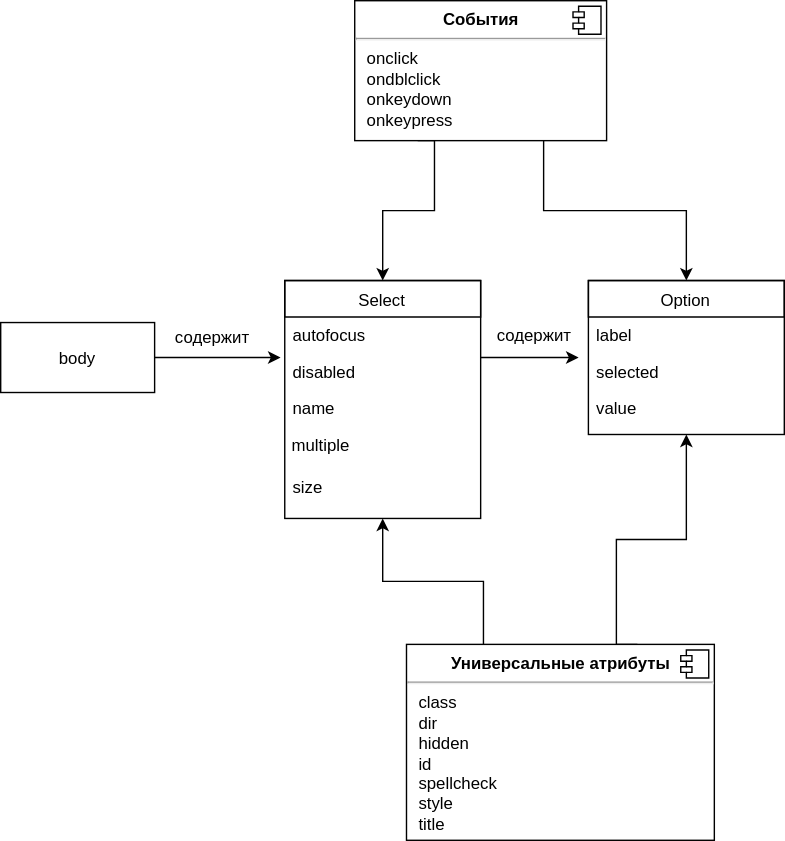
This is sandbox/idb-13-13/Sautin/uml.svg from stankin/oop-2017, a draw.io export, as it was before one commit. Source tidied: cells renumbered, new cells last; positions are measured from the earlier drawing's top-left corner, leaving out a move shared by most shapes. Source of this version:
```xml
<mxGraphModel background="#ffffff">
  <root>
    <mxCell id="0" />
    <mxCell id="1" parent="0" />
    <mxCell id="2" value="body" style="html=1;" parent="1" vertex="1">
      <mxGeometry y="230" width="110" height="50" as="geometry" />
    </mxCell>
    <mxCell id="3" style="endArrow=classic;html=1;" parent="1" edge="1">
      <mxGeometry relative="1" as="geometry">
        <mxPoint x="110" y="255" as="sourcePoint" />
        <mxPoint x="200" y="255" as="targetPoint" />
      </mxGeometry>
    </mxCell>
    <mxCell id="4" value="содержит" style="text;html=1;strokeColor=none;fillColor=none;align=center;verticalAlign=middle;whiteSpace=wrap;" parent="1" vertex="1">
      <mxGeometry x="130" y="230" width="40" height="20" as="geometry" />
    </mxCell>
    <mxCell id="5" value="Option" style="swimlane;html=1;fontStyle=0;horizontal=1;startSize=26;fillColor=none;swimlaneFillColor=#ffffff;" parent="1" vertex="1">
      <mxGeometry x="420" y="200" width="140" height="110" as="geometry" />
    </mxCell>
    <mxCell id="6" value="&lt;div&gt;&lt;dt&gt;&lt;a href=&quot;http://htmlbook.ru/html/option/label&quot;&gt;label&lt;/a&gt;&lt;/dt&gt;&lt;/div&gt;&lt;div&gt;&lt;br&gt;&lt;/div&gt;" style="text;html=1;strokeColor=none;fillColor=none;align=left;verticalAlign=top;spacingLeft=4;spacingRight=4;whiteSpace=wrap;overflow=hidden;" parent="5" vertex="1">
      <mxGeometry y="26" width="140" height="26" as="geometry" />
    </mxCell>
    <mxCell id="7" value="&lt;div&gt;&lt;dt&gt;&lt;a href=&quot;http://htmlbook.ru/html/option/selected&quot;&gt;selected&lt;/a&gt;&lt;/dt&gt;&lt;/div&gt;&lt;div&gt;&lt;br&gt;&lt;/div&gt;" style="text;html=1;strokeColor=none;fillColor=none;align=left;verticalAlign=top;spacingLeft=4;spacingRight=4;whiteSpace=wrap;overflow=hidden;" parent="5" vertex="1">
      <mxGeometry y="52" width="140" height="26" as="geometry" />
    </mxCell>
    <mxCell id="8" value="&lt;div&gt;&lt;dt&gt;&lt;a href=&quot;http://htmlbook.ru/html/option/value&quot;&gt;value&lt;/a&gt;&lt;/dt&gt;&lt;/div&gt;&lt;div&gt;&lt;br&gt;&lt;/div&gt;" style="text;html=1;strokeColor=none;fillColor=none;align=left;verticalAlign=top;spacingLeft=4;spacingRight=4;whiteSpace=wrap;overflow=hidden;" parent="5" vertex="1">
      <mxGeometry y="78" width="140" height="26" as="geometry" />
    </mxCell>
    <mxCell id="9" value="содержит" style="text;html=1;strokeColor=none;fillColor=none;align=center;verticalAlign=middle;whiteSpace=wrap;" parent="1" vertex="1">
      <mxGeometry x="360" y="229" width="40" height="20" as="geometry" />
    </mxCell>
    <mxCell id="10" value="Select" style="swimlane;html=1;fontStyle=0;horizontal=1;startSize=26;fillColor=none;swimlaneFillColor=#ffffff;" parent="1" vertex="1">
      <mxGeometry x="203" y="200" width="140" height="170" as="geometry" />
    </mxCell>
    <mxCell id="11" value="&lt;dt&gt;&lt;a href=&quot;http://htmlbook.ru/html/select/autofocus&quot;&gt;autofocus&lt;/a&gt;&lt;/dt&gt;&lt;div&gt;&lt;br&gt;&lt;/div&gt;" style="text;html=1;strokeColor=none;fillColor=none;align=left;verticalAlign=top;spacingLeft=4;spacingRight=4;whiteSpace=wrap;overflow=hidden;" parent="10" vertex="1">
      <mxGeometry y="26" width="140" height="26" as="geometry" />
    </mxCell>
    <mxCell id="12" value="&lt;dt&gt;&lt;a href=&quot;http://htmlbook.ru/html/select/disabled&quot;&gt;disabled&lt;/a&gt;&lt;/dt&gt;&lt;div&gt;&lt;br&gt;&lt;/div&gt;" style="text;html=1;strokeColor=none;fillColor=none;align=left;verticalAlign=top;spacingLeft=4;spacingRight=4;whiteSpace=wrap;overflow=hidden;" parent="10" vertex="1">
      <mxGeometry y="52" width="140" height="26" as="geometry" />
    </mxCell>
    <mxCell id="13" value="&lt;dt&gt;&lt;a href=&quot;http://htmlbook.ru/html/select/name&quot;&gt;name&lt;/a&gt;&lt;/dt&gt;&lt;div&gt;&lt;br&gt;&lt;/div&gt;" style="text;html=1;strokeColor=none;fillColor=none;align=left;verticalAlign=top;spacingLeft=4;spacingRight=4;whiteSpace=wrap;overflow=hidden;" parent="10" vertex="1">
      <mxGeometry y="78" width="140" height="26" as="geometry" />
    </mxCell>
    <mxCell id="14" value="&lt;dt&gt;&amp;nbsp;&lt;a href=&quot;http://htmlbook.ru/html/select/multiple&quot;&gt;multiple&lt;/a&gt;&lt;/dt&gt;&lt;div&gt;&lt;br&gt;&lt;/div&gt;" style="text;html=1;" parent="10" vertex="1">
      <mxGeometry y="104" width="140" height="30" as="geometry" />
    </mxCell>
    <mxCell id="15" value="&lt;div&gt;&lt;dt&gt;&lt;a href=&quot;http://htmlbook.ru/html/select/size&quot;&gt;size&lt;/a&gt;&lt;/dt&gt;&lt;/div&gt;&lt;div&gt;&lt;br&gt;&lt;/div&gt;" style="text;html=1;strokeColor=none;fillColor=none;align=left;verticalAlign=top;spacingLeft=4;spacingRight=4;whiteSpace=wrap;overflow=hidden;" parent="10" vertex="1">
      <mxGeometry y="134" width="140" height="26" as="geometry" />
    </mxCell>
    <mxCell id="16" style="edgeStyle=orthogonalEdgeStyle;rounded=0;html=1;exitX=0.5;exitY=1;entryX=0.5;entryY=1;jettySize=auto;orthogonalLoop=1;" parent="1" edge="1" source="9" target="9">
      <mxGeometry relative="1" as="geometry" />
    </mxCell>
    <mxCell id="17" style="endArrow=classic;html=1;" parent="1" edge="1">
      <mxGeometry relative="1" as="geometry">
        <mxPoint x="343" y="255" as="sourcePoint" />
        <mxPoint x="413" y="255" as="targetPoint" />
      </mxGeometry>
    </mxCell>
    <mxCell id="18" style="edgeStyle=orthogonalEdgeStyle;rounded=0;html=1;exitX=0.25;exitY=0;entryX=0.5;entryY=1;jettySize=auto;" parent="1" edge="1" source="20" target="10">
      <mxGeometry relative="1" as="geometry" />
    </mxCell>
    <mxCell id="19" style="edgeStyle=orthogonalEdgeStyle;rounded=0;html=1;exitX=0.75;exitY=0;entryX=0.5;entryY=1;jettySize=auto;" parent="1" edge="1" source="20" target="5">
      <mxGeometry relative="1" as="geometry">
        <Array as="points">
          <mxPoint x="440" y="460" />
          <mxPoint x="440" y="385" />
          <mxPoint x="490" y="385" />
        </Array>
      </mxGeometry>
    </mxCell>
    <mxCell id="20" value="&lt;p style=&quot;margin: 0px ; margin-top: 6px ; text-align: center&quot;&gt;&lt;b&gt;Универсальные атрибуты&lt;/b&gt;&lt;/p&gt;&lt;hr&gt;&lt;p style=&quot;margin: 0px ; margin-left: 8px&quot;&gt;class&lt;/p&gt;&lt;p style=&quot;margin: 0px ; margin-left: 8px&quot;&gt;dir&lt;/p&gt;&lt;p style=&quot;margin: 0px ; margin-left: 8px&quot;&gt;hidden&lt;/p&gt;&lt;p style=&quot;margin: 0px ; margin-left: 8px&quot;&gt;id&lt;/p&gt;&lt;p style=&quot;margin: 0px ; margin-left: 8px&quot;&gt;spellcheck&lt;/p&gt;&lt;p style=&quot;margin: 0px ; margin-left: 8px&quot;&gt;style&lt;/p&gt;&lt;p style=&quot;margin: 0px ; margin-left: 8px&quot;&gt;title&lt;/p&gt;" style="align=left;overflow=fill;html=1;" parent="1" vertex="1">
      <mxGeometry x="290" y="460" width="220" height="140" as="geometry" />
    </mxCell>
    <mxCell id="21" style="shape=component;jettyWidth=8;jettyHeight=4;" parent="20" vertex="1">
      <mxGeometry x="1" width="20" height="20" relative="1" as="geometry">
        <mxPoint x="-24" y="4" as="offset" />
      </mxGeometry>
    </mxCell>
    <mxCell id="22" style="edgeStyle=orthogonalEdgeStyle;rounded=0;html=1;exitX=0.25;exitY=1;entryX=0.5;entryY=0;jettySize=auto;" parent="1" edge="1" source="24" target="10">
      <mxGeometry relative="1" as="geometry">
        <Array as="points">
          <mxPoint x="310" y="100" />
          <mxPoint x="310" y="150" />
          <mxPoint x="273" y="150" />
        </Array>
      </mxGeometry>
    </mxCell>
    <mxCell id="23" style="edgeStyle=orthogonalEdgeStyle;rounded=0;html=1;exitX=0.75;exitY=1;entryX=0.5;entryY=0;jettySize=auto;" parent="1" edge="1" source="24" target="5">
      <mxGeometry relative="1" as="geometry" />
    </mxCell>
    <mxCell id="24" value="&lt;p style=&quot;margin: 0px ; margin-top: 6px ; text-align: center&quot;&gt;&lt;b&gt;События&lt;/b&gt;&lt;/p&gt;&lt;hr&gt;&lt;p style=&quot;margin: 0px ; margin-left: 8px&quot;&gt;onclick&lt;/p&gt;&lt;p style=&quot;margin: 0px ; margin-left: 8px&quot;&gt;ondblclick&lt;/p&gt;&lt;p style=&quot;margin: 0px ; margin-left: 8px&quot;&gt;onkeydown&lt;/p&gt;&lt;p style=&quot;margin: 0px ; margin-left: 8px&quot;&gt;onkeypress&lt;/p&gt;&lt;p style=&quot;margin: 0px ; margin-left: 8px&quot;&gt;&lt;br&gt;&lt;/p&gt;" style="align=left;overflow=fill;html=1;" parent="1" vertex="1">
      <mxGeometry x="253" width="180" height="100" as="geometry" />
    </mxCell>
    <mxCell id="25" style="shape=component;jettyWidth=8;jettyHeight=4;" parent="24" vertex="1">
      <mxGeometry x="1" width="20" height="20" relative="1" as="geometry">
        <mxPoint x="-24" y="4" as="offset" />
      </mxGeometry>
    </mxCell>
  </root>
</mxGraphModel>
```
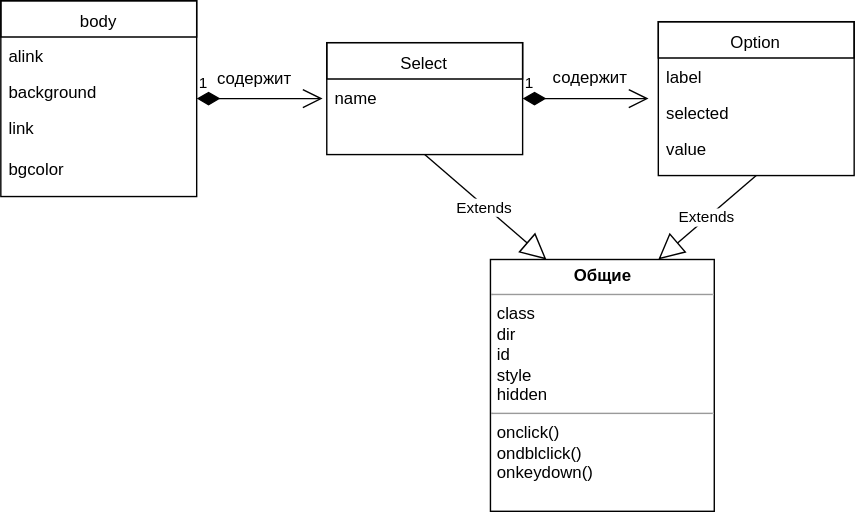
Above is the later version.

Diff of the diagram source:
```diff
@@ -2,20 +2,11 @@
   <root>
     <mxCell id="0" />
     <mxCell id="1" parent="0" />
-    <mxCell id="2" value="body" style="html=1;" parent="1" vertex="1">
-      <mxGeometry y="230" width="110" height="50" as="geometry" />
-    </mxCell>
-    <mxCell id="3" style="endArrow=classic;html=1;" parent="1" edge="1">
-      <mxGeometry relative="1" as="geometry">
-        <mxPoint x="110" y="255" as="sourcePoint" />
-        <mxPoint x="200" y="255" as="targetPoint" />
-      </mxGeometry>
-    </mxCell>
     <mxCell id="4" value="содержит" style="text;html=1;strokeColor=none;fillColor=none;align=center;verticalAlign=middle;whiteSpace=wrap;" parent="1" vertex="1">
       <mxGeometry x="130" y="230" width="40" height="20" as="geometry" />
     </mxCell>
     <mxCell id="5" value="Option" style="swimlane;html=1;fontStyle=0;horizontal=1;startSize=26;fillColor=none;swimlaneFillColor=#ffffff;" parent="1" vertex="1">
-      <mxGeometry x="420" y="200" width="140" height="110" as="geometry" />
+      <mxGeometry x="440" y="200" width="140" height="110" as="geometry" />
     </mxCell>
     <mxCell id="6" value="&lt;div&gt;&lt;dt&gt;&lt;a href=&quot;http://htmlbook.ru/html/option/label&quot;&gt;label&lt;/a&gt;&lt;/dt&gt;&lt;/div&gt;&lt;div&gt;&lt;br&gt;&lt;/div&gt;" style="text;html=1;strokeColor=none;fillColor=none;align=left;verticalAlign=top;spacingLeft=4;spacingRight=4;whiteSpace=wrap;overflow=hidden;" parent="5" vertex="1">
       <mxGeometry y="26" width="140" height="26" as="geometry" />
@@ -27,74 +18,49 @@
       <mxGeometry y="78" width="140" height="26" as="geometry" />
     </mxCell>
     <mxCell id="9" value="содержит" style="text;html=1;strokeColor=none;fillColor=none;align=center;verticalAlign=middle;whiteSpace=wrap;" parent="1" vertex="1">
-      <mxGeometry x="360" y="229" width="40" height="20" as="geometry" />
+      <mxGeometry x="370" y="229" width="40" height="20" as="geometry" />
     </mxCell>
     <mxCell id="10" value="Select" style="swimlane;html=1;fontStyle=0;horizontal=1;startSize=26;fillColor=none;swimlaneFillColor=#ffffff;" parent="1" vertex="1">
-      <mxGeometry x="203" y="200" width="140" height="170" as="geometry" />
+      <mxGeometry x="203" y="215" width="140" height="80" as="geometry" />
     </mxCell>
-    <mxCell id="11" value="&lt;dt&gt;&lt;a href=&quot;http://htmlbook.ru/html/select/autofocus&quot;&gt;autofocus&lt;/a&gt;&lt;/dt&gt;&lt;div&gt;&lt;br&gt;&lt;/div&gt;" style="text;html=1;strokeColor=none;fillColor=none;align=left;verticalAlign=top;spacingLeft=4;spacingRight=4;whiteSpace=wrap;overflow=hidden;" parent="10" vertex="1">
-      <mxGeometry y="26" width="140" height="26" as="geometry" />
-    </mxCell>
-    <mxCell id="12" value="&lt;dt&gt;&lt;a href=&quot;http://htmlbook.ru/html/select/disabled&quot;&gt;disabled&lt;/a&gt;&lt;/dt&gt;&lt;div&gt;&lt;br&gt;&lt;/div&gt;" style="text;html=1;strokeColor=none;fillColor=none;align=left;verticalAlign=top;spacingLeft=4;spacingRight=4;whiteSpace=wrap;overflow=hidden;" parent="10" vertex="1">
-      <mxGeometry y="52" width="140" height="26" as="geometry" />
-    </mxCell>
     <mxCell id="13" value="&lt;dt&gt;&lt;a href=&quot;http://htmlbook.ru/html/select/name&quot;&gt;name&lt;/a&gt;&lt;/dt&gt;&lt;div&gt;&lt;br&gt;&lt;/div&gt;" style="text;html=1;strokeColor=none;fillColor=none;align=left;verticalAlign=top;spacingLeft=4;spacingRight=4;whiteSpace=wrap;overflow=hidden;" parent="10" vertex="1">
-      <mxGeometry y="78" width="140" height="26" as="geometry" />
+      <mxGeometry y="26" width="140" height="26" as="geometry" />
     </mxCell>
-    <mxCell id="14" value="&lt;dt&gt;&amp;nbsp;&lt;a href=&quot;http://htmlbook.ru/html/select/multiple&quot;&gt;multiple&lt;/a&gt;&lt;/dt&gt;&lt;div&gt;&lt;br&gt;&lt;/div&gt;" style="text;html=1;" parent="10" vertex="1">
-      <mxGeometry y="104" width="140" height="30" as="geometry" />
-    </mxCell>
-    <mxCell id="15" value="&lt;div&gt;&lt;dt&gt;&lt;a href=&quot;http://htmlbook.ru/html/select/size&quot;&gt;size&lt;/a&gt;&lt;/dt&gt;&lt;/div&gt;&lt;div&gt;&lt;br&gt;&lt;/div&gt;" style="text;html=1;strokeColor=none;fillColor=none;align=left;verticalAlign=top;spacingLeft=4;spacingRight=4;whiteSpace=wrap;overflow=hidden;" parent="10" vertex="1">
-      <mxGeometry y="134" width="140" height="26" as="geometry" />
-    </mxCell>
     <mxCell id="16" style="edgeStyle=orthogonalEdgeStyle;rounded=0;html=1;exitX=0.5;exitY=1;entryX=0.5;entryY=1;jettySize=auto;orthogonalLoop=1;" parent="1" edge="1" source="9" target="9">
       <mxGeometry relative="1" as="geometry" />
     </mxCell>
-    <mxCell id="17" style="endArrow=classic;html=1;" parent="1" edge="1">
-      <mxGeometry relative="1" as="geometry">
-        <mxPoint x="343" y="255" as="sourcePoint" />
-        <mxPoint x="413" y="255" as="targetPoint" />
-      </mxGeometry>
-    </mxCell>
-    <mxCell id="18" style="edgeStyle=orthogonalEdgeStyle;rounded=0;html=1;exitX=0.25;exitY=0;entryX=0.5;entryY=1;jettySize=auto;" parent="1" edge="1" source="20" target="10">
-      <mxGeometry relative="1" as="geometry" />
-    </mxCell>
-    <mxCell id="19" style="edgeStyle=orthogonalEdgeStyle;rounded=0;html=1;exitX=0.75;exitY=0;entryX=0.5;entryY=1;jettySize=auto;" parent="1" edge="1" source="20" target="5">
-      <mxGeometry relative="1" as="geometry">
-        <Array as="points">
-          <mxPoint x="440" y="460" />
-          <mxPoint x="440" y="385" />
-          <mxPoint x="490" y="385" />
-        </Array>
-      </mxGeometry>
-    </mxCell>
-    <mxCell id="20" value="&lt;p style=&quot;margin: 0px ; margin-top: 6px ; text-align: center&quot;&gt;&lt;b&gt;Универсальные атрибуты&lt;/b&gt;&lt;/p&gt;&lt;hr&gt;&lt;p style=&quot;margin: 0px ; margin-left: 8px&quot;&gt;class&lt;/p&gt;&lt;p style=&quot;margin: 0px ; margin-left: 8px&quot;&gt;dir&lt;/p&gt;&lt;p style=&quot;margin: 0px ; margin-left: 8px&quot;&gt;hidden&lt;/p&gt;&lt;p style=&quot;margin: 0px ; margin-left: 8px&quot;&gt;id&lt;/p&gt;&lt;p style=&quot;margin: 0px ; margin-left: 8px&quot;&gt;spellcheck&lt;/p&gt;&lt;p style=&quot;margin: 0px ; margin-left: 8px&quot;&gt;style&lt;/p&gt;&lt;p style=&quot;margin: 0px ; margin-left: 8px&quot;&gt;title&lt;/p&gt;" style="align=left;overflow=fill;html=1;" parent="1" vertex="1">
-      <mxGeometry x="290" y="460" width="220" height="140" as="geometry" />
-    </mxCell>
-    <mxCell id="21" style="shape=component;jettyWidth=8;jettyHeight=4;" parent="20" vertex="1">
-      <mxGeometry x="1" width="20" height="20" relative="1" as="geometry">
-        <mxPoint x="-24" y="4" as="offset" />
-      </mxGeometry>
-    </mxCell>
-    <mxCell id="22" style="edgeStyle=orthogonalEdgeStyle;rounded=0;html=1;exitX=0.25;exitY=1;entryX=0.5;entryY=0;jettySize=auto;" parent="1" edge="1" source="24" target="10">
-      <mxGeometry relative="1" as="geometry">
-        <Array as="points">
-          <mxPoint x="310" y="100" />
-          <mxPoint x="310" y="150" />
-          <mxPoint x="273" y="150" />
-        </Array>
-      </mxGeometry>
-    </mxCell>
-    <mxCell id="23" style="edgeStyle=orthogonalEdgeStyle;rounded=0;html=1;exitX=0.75;exitY=1;entryX=0.5;entryY=0;jettySize=auto;" parent="1" edge="1" source="24" target="5">
-      <mxGeometry relative="1" as="geometry" />
-    </mxCell>
-    <mxCell id="24" value="&lt;p style=&quot;margin: 0px ; margin-top: 6px ; text-align: center&quot;&gt;&lt;b&gt;События&lt;/b&gt;&lt;/p&gt;&lt;hr&gt;&lt;p style=&quot;margin: 0px ; margin-left: 8px&quot;&gt;onclick&lt;/p&gt;&lt;p style=&quot;margin: 0px ; margin-left: 8px&quot;&gt;ondblclick&lt;/p&gt;&lt;p style=&quot;margin: 0px ; margin-left: 8px&quot;&gt;onkeydown&lt;/p&gt;&lt;p style=&quot;margin: 0px ; margin-left: 8px&quot;&gt;onkeypress&lt;/p&gt;&lt;p style=&quot;margin: 0px ; margin-left: 8px&quot;&gt;&lt;br&gt;&lt;/p&gt;" style="align=left;overflow=fill;html=1;" parent="1" vertex="1">
-      <mxGeometry x="253" width="180" height="100" as="geometry" />
-    </mxCell>
-    <mxCell id="25" style="shape=component;jettyWidth=8;jettyHeight=4;" parent="24" vertex="1">
-      <mxGeometry x="1" width="20" height="20" relative="1" as="geometry">
-        <mxPoint x="-24" y="4" as="offset" />
-      </mxGeometry>
-    </mxCell>
+    <mxCell id="26" value="1" style="endArrow=open;html=1;endSize=12;startArrow=diamondThin;startSize=14;startFill=1;edgeStyle=orthogonalEdgeStyle;align=left;verticalAlign=bottom;" parent="1" edge="1">
+      <mxGeometry x="-1" y="3" relative="1" as="geometry">
+        <mxPoint x="110" y="255" as="sourcePoint" />
+        <mxPoint x="200" y="255" as="targetPoint" />
+      </mxGeometry>
+    </mxCell>
+    <mxCell id="27" value="1" style="endArrow=open;html=1;endSize=12;startArrow=diamondThin;startSize=14;startFill=1;edgeStyle=orthogonalEdgeStyle;align=left;verticalAlign=bottom;" parent="1" edge="1">
+      <mxGeometry x="-1" y="3" relative="1" as="geometry">
+        <mxPoint x="343" y="255" as="sourcePoint" />
+        <mxPoint x="433" y="255" as="targetPoint" />
+      </mxGeometry>
+    </mxCell>
+    <mxCell id="28" value="&lt;p style=&quot;margin: 0px ; margin-top: 4px ; text-align: center&quot;&gt;&lt;b&gt;Общие&lt;/b&gt;&lt;/p&gt;&lt;hr size=&quot;1&quot;&gt;&lt;p style=&quot;margin: 0px ; margin-left: 4px&quot;&gt;class&lt;/p&gt;&lt;p style=&quot;margin: 0px ; margin-left: 4px&quot;&gt;dir&lt;/p&gt;&lt;p style=&quot;margin: 0px ; margin-left: 4px&quot;&gt;id&lt;/p&gt;&lt;p style=&quot;margin: 0px ; margin-left: 4px&quot;&gt;style&lt;/p&gt;&lt;p style=&quot;margin: 0px ; margin-left: 4px&quot;&gt;hidden&lt;/p&gt;&lt;hr size=&quot;1&quot;&gt;&lt;p style=&quot;margin: 0px ; margin-left: 4px&quot;&gt;onclick()&lt;/p&gt;&lt;p style=&quot;margin: 0px ; margin-left: 4px&quot;&gt;ondblclick()&lt;/p&gt;&lt;p style=&quot;margin: 0px ; margin-left: 4px&quot;&gt;onkeydown()&lt;/p&gt;&lt;p style=&quot;margin: 0px ; margin-left: 4px&quot;&gt;&lt;br&gt;&lt;/p&gt;&lt;p style=&quot;margin: 0px ; margin-left: 4px&quot;&gt;&lt;br&gt;&lt;/p&gt;" style="verticalAlign=top;align=left;overflow=fill;fontSize=12;fontFamily=Helvetica;html=1;" parent="1" vertex="1">
+      <mxGeometry x="320" y="370" width="160" height="180" as="geometry" />
+    </mxCell>
+    <mxCell id="2" value="body" style="swimlane;html=1;fontStyle=0;horizontal=1;startSize=26;fillColor=none;swimlaneFillColor=#ffffff;" parent="1" vertex="1">
+      <mxGeometry x="-30" y="185" width="140" height="140" as="geometry" />
+    </mxCell>
+    <mxCell id="29" value="alink" style="text;html=1;strokeColor=none;fillColor=none;align=left;verticalAlign=top;spacingLeft=4;spacingRight=4;whiteSpace=wrap;overflow=hidden;" parent="2" vertex="1">
+      <mxGeometry y="26" width="140" height="26" as="geometry" />
+    </mxCell>
+    <mxCell id="30" value="background" style="text;html=1;strokeColor=none;fillColor=none;align=left;verticalAlign=top;spacingLeft=4;spacingRight=4;whiteSpace=wrap;overflow=hidden;" parent="2" vertex="1">
+      <mxGeometry y="52" width="140" height="26" as="geometry" />
+    </mxCell>
+    <mxCell id="31" value="link&lt;div&gt;&lt;br&gt;&lt;div&gt;bgcolor&lt;/div&gt;&lt;/div&gt;" style="text;html=1;strokeColor=none;fillColor=none;align=left;verticalAlign=top;spacingLeft=4;spacingRight=4;whiteSpace=wrap;overflow=hidden;" parent="2" vertex="1">
+      <mxGeometry y="78" width="140" height="62" as="geometry" />
+    </mxCell>
+    <mxCell id="32" value="Extends" style="endArrow=block;endSize=16;endFill=0;html=1;exitX=0.5;exitY=1;entryX=0.25;entryY=0;" parent="1" edge="1" source="10" target="28">
+      <mxGeometry relative="1" as="geometry" />
+    </mxCell>
+    <mxCell id="33" value="Extends" style="endArrow=block;endSize=16;endFill=0;html=1;exitX=0.5;exitY=1;entryX=0.75;entryY=0;" parent="1" edge="1" source="5" target="28">
+      <mxGeometry relative="1" as="geometry" />
+    </mxCell>
   </root>
 </mxGraphModel>
```
